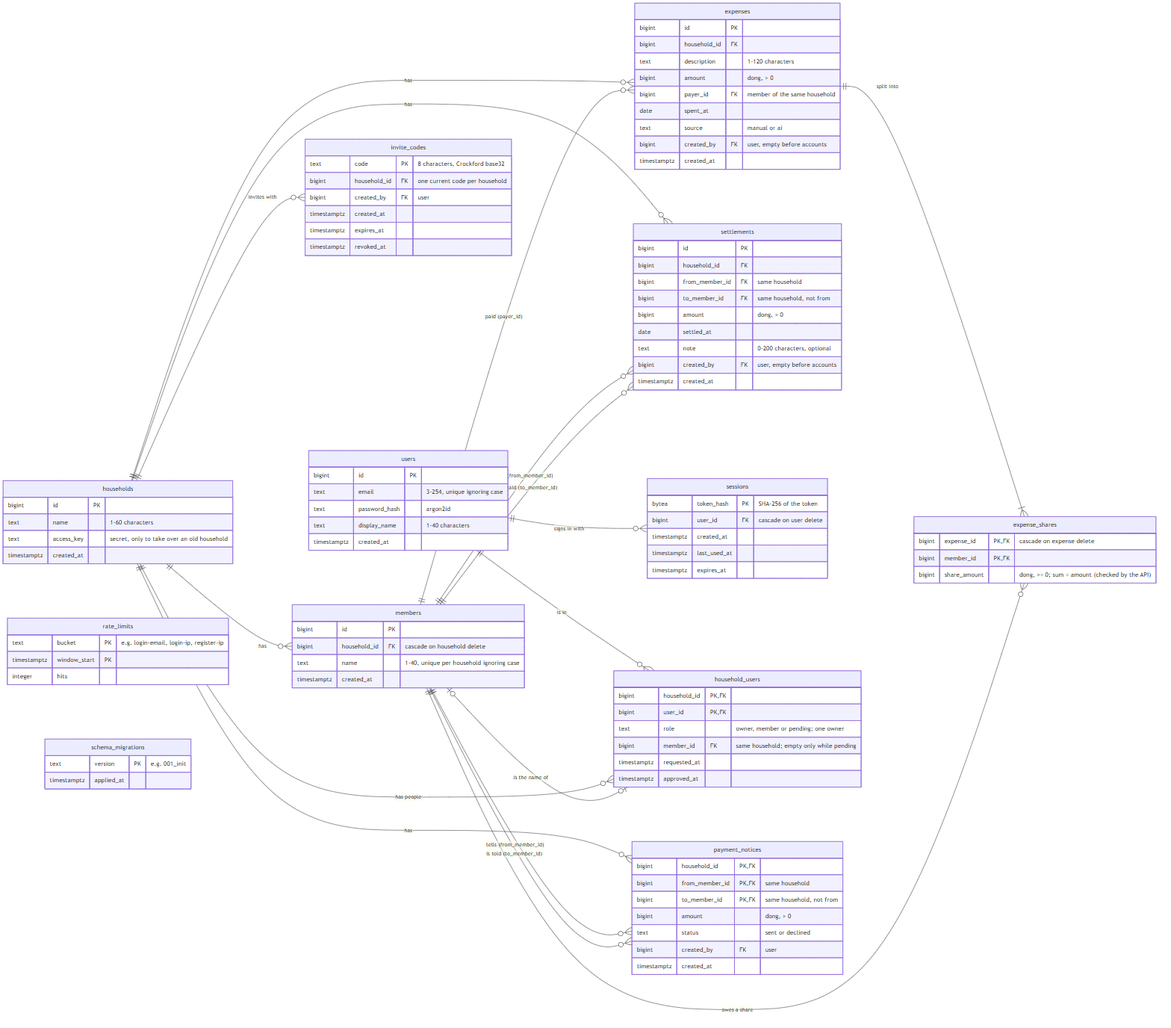
This is docs/diagrams/er.png from NeitLN/Fair-Share, a Mermaid export, as it was before one commit. Its source is kept beside it as docs/diagrams/er.mmd.
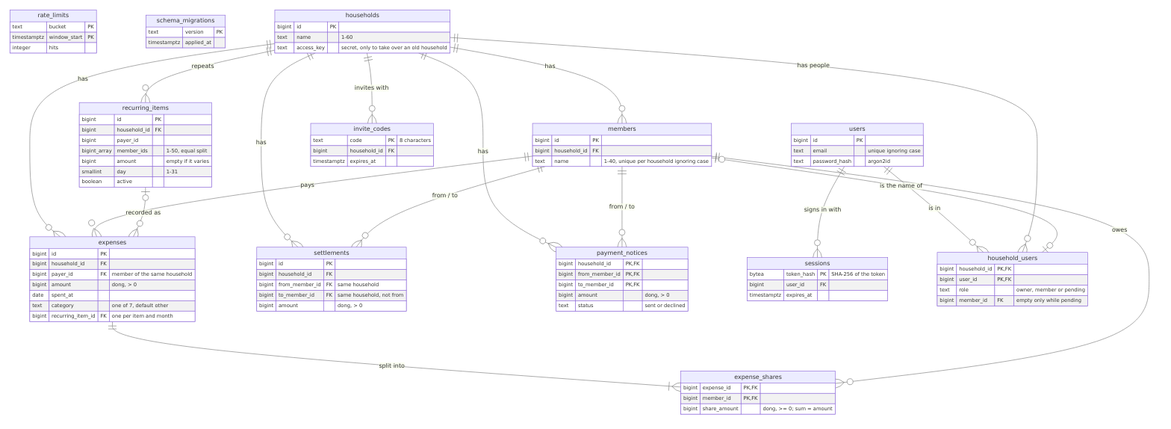
The same diagram one commit later.

Commit message:
docs(report): review notes on #167, migrations 005-006, back to 12 pages

The edit, as a diff of the source:
```diff
@@ -1,49 +1,53 @@
 erDiagram
-    direction LR
+    rate_limits {
+        text bucket PK
+        timestamptz window_start PK
+        integer hits
+    }
+    schema_migrations {
+        text version PK
+        timestamptz applied_at
+    }
     households ||--o{ members : "has"
     households ||--o{ expenses : "has"
     households ||--o{ settlements : "has"
-    members ||--o{ expenses : "paid (payer_id)"
+    households ||--o{ recurring_items : "repeats"
+    households ||--o{ payment_notices : "has"
+    members ||--o{ expenses : "pays"
     expenses ||--|{ expense_shares : "split into"
-    members ||--o{ expense_shares : "owes a share"
-    members ||--o{ settlements : "pays (from_member_id)"
-    members ||--o{ settlements : "is paid (to_member_id)"
+    members ||--o{ expense_shares : "owes"
+    members ||--o{ settlements : "from / to"
+    members ||--o{ payment_notices : "from / to"
+    recurring_items |o--o{ expenses : "recorded as"
     users ||--o{ sessions : "signs in with"
     users ||--o{ household_users : "is in"
     households ||--o{ household_users : "has people"
     members |o--o| household_users : "is the name of"
     households ||--o{ invite_codes : "invites with"
-    households ||--o{ payment_notices : "has"
-    members ||--o{ payment_notices : "tells (from_member_id)"
-    members ||--o{ payment_notices : "is told (to_member_id)"
 
     households {
         bigint id PK
-        text name "1-60 characters"
+        text name "1-60"
         text access_key "secret, only to take over an old household"
-        timestamptz created_at
     }
     members {
         bigint id PK
-        bigint household_id FK "cascade on household delete"
+        bigint household_id FK
         text name "1-40, unique per household ignoring case"
-        timestamptz created_at
     }
     expenses {
         bigint id PK
         bigint household_id FK
-        text description "1-120 characters"
+        bigint payer_id FK "member of the same household"
         bigint amount "dong, > 0"
-        bigint payer_id FK "member of the same household"
         date spent_at
-        text source "manual or ai"
-        bigint created_by FK "user, empty before accounts"
-        timestamptz created_at
+        text category "one of 7, default other"
+        bigint recurring_item_id FK "one per item and month"
     }
     expense_shares {
-        bigint expense_id PK, FK "cascade on expense delete"
+        bigint expense_id PK, FK
         bigint member_id PK, FK
-        bigint share_amount "dong, >= 0; sum = amount (checked by the API)"
+        bigint share_amount "dong, >= 0; sum = amount"
     }
     settlements {
         bigint id PK
@@ -51,56 +55,41 @@
         bigint from_member_id FK "same household"
         bigint to_member_id FK "same household, not from"
         bigint amount "dong, > 0"
-        date settled_at
-        text note "0-200 characters, optional"
-        bigint created_by FK "user, empty before accounts"
-        timestamptz created_at
+    }
+    recurring_items {
+        bigint id PK
+        bigint household_id FK
+        bigint payer_id
+        bigint_array member_ids "1-50, equal split"
+        bigint amount "empty if it varies"
+        smallint day "1-31"
+        boolean active
+    }
+    payment_notices {
+        bigint household_id PK, FK
+        bigint from_member_id PK, FK
+        bigint to_member_id PK, FK
+        bigint amount "dong, > 0"
+        text status "sent or declined"
     }
     users {
         bigint id PK
-        text email "3-254, unique ignoring case"
+        text email "unique ignoring case"
         text password_hash "argon2id"
-        text display_name "1-40 characters"
-        timestamptz created_at
     }
     sessions {
         bytea token_hash PK "SHA-256 of the token"
-        bigint user_id FK "cascade on user delete"
-        timestamptz created_at
-        timestamptz last_used_at
+        bigint user_id FK
         timestamptz expires_at
     }
     household_users {
         bigint household_id PK, FK
         bigint user_id PK, FK
-        text role "owner, member or pending; one owner"
-        bigint member_id FK "same household; empty only while pending"
-        timestamptz requested_at
-        timestamptz approved_at
+        text role "owner, member or pending"
+        bigint member_id FK "empty only while pending"
     }
     invite_codes {
-        text code PK "8 characters, Crockford base32"
-        bigint household_id FK "one current code per household"
-        bigint created_by FK "user"
-        timestamptz created_at
+        text code PK "8 characters"
+        bigint household_id FK
         timestamptz expires_at
-        timestamptz revoked_at
     }
-    payment_notices {
-        bigint household_id PK, FK
-        bigint from_member_id PK, FK "same household"
-        bigint to_member_id PK, FK "same household, not from"
-        bigint amount "dong, > 0"
-        text status "sent or declined"
-        bigint created_by FK "user"
-        timestamptz created_at
-    }
-    rate_limits {
-        text bucket PK "e.g. login-email, login-ip, register-ip"
-        timestamptz window_start PK
-        integer hits
-    }
-    schema_migrations {
-        text version PK "e.g. 001_init"
-        timestamptz applied_at
-    }
```
